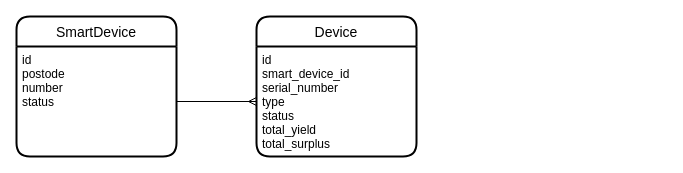
D-Eskes/educom-ecopowrrr keeps this draw.io diagram as page "Client" (2 of 4) of documents/design/drawio.drawio. Above is the earlier version. Source tidied: cells renumbered, new cells numbered last; positions are measured from the earlier drawing's top-left corner, leaving out a move shared by most shapes. Both pictures are drawn from the tidied source at 100%, with x=0, y=0 at pixel (16, 16).
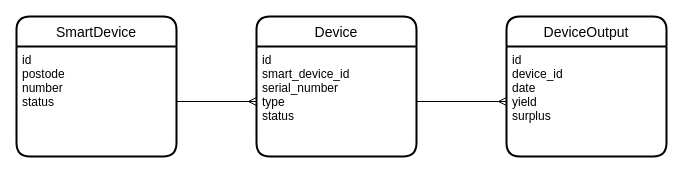
After the change.

Change to the diagram source:
```diff
@@
 <mxGraphModel>
   <root>
     <mxCell id="0" />
     <mxCell id="1" parent="0" />
     <mxCell id="2" value="Device" style="swimlane;horizontal=1;startSize=30;rounded=1;fontSize=14;fontStyle=0;strokeWidth=2;shadow=0;dashed=0;align=center;" parent="1" vertex="1">
       <mxGeometry x="240" width="160" height="140" as="geometry" />
     </mxCell>
-    <mxCell id="3" value="id&#10;smart_device_id&#10;serial_number&#10;type&#10;status&#10;total_yield&#10;total_surplus&#10;" style="align=left;strokeColor=none;fillColor=none;spacingLeft=4;fontSize=12;verticalAlign=top;" parent="2" vertex="1">
+    <mxCell id="3" value="id&#10;smart_device_id&#10;serial_number&#10;type&#10;status" style="align=left;strokeColor=none;fillColor=none;spacingLeft=4;fontSize=12;verticalAlign=top;" parent="2" vertex="1">
       <mxGeometry y="30" width="160" height="110" as="geometry" />
     </mxCell>
     <mxCell id="4" value="SmartDevice" style="swimlane;horizontal=1;startSize=30;rounded=1;fontSize=14;fontStyle=0;strokeWidth=2;shadow=0;dashed=0;align=center;" parent="1" vertex="1">
       <mxGeometry width="160" height="140" as="geometry" />
     </mxCell>
     <mxCell id="5" value="id&#10;postode&#10;number&#10;status" style="align=left;strokeColor=none;fillColor=none;spacingLeft=4;fontSize=12;verticalAlign=top;" parent="4" vertex="1">
       <mxGeometry y="30" width="160" height="110" as="geometry" />
     </mxCell>
     <mxCell id="6" style="edgeStyle=orthogonalEdgeStyle;rounded=0;jettySize=auto;html=1;exitX=1;exitY=0.5;exitDx=0;exitDy=0;entryX=0;entryY=0.5;entryDx=0;entryDy=0;startArrow=none;startFill=0;endArrow=ERmany;endFill=0;" parent="1" edge="1" source="5" target="3">
       <mxGeometry relative="1" as="geometry" />
     </mxCell>
+    <mxCell id="7" value="DeviceOutput" style="swimlane;horizontal=1;startSize=30;rounded=1;fontSize=14;fontStyle=0;strokeWidth=2;shadow=0;dashed=0;align=center;" parent="1" vertex="1">
+      <mxGeometry x="490" width="160" height="140" as="geometry" />
+    </mxCell>
+    <mxCell id="8" value="id&#10;device_id&#10;date&#10;yield&#10;surplus&#10;" style="align=left;strokeColor=none;fillColor=none;spacingLeft=4;fontSize=12;verticalAlign=top;" parent="7" vertex="1">
+      <mxGeometry y="30" width="160" height="110" as="geometry" />
+    </mxCell>
+    <mxCell id="9" style="edgeStyle=orthogonalEdgeStyle;rounded=0;jettySize=auto;html=1;exitX=1;exitY=0.5;exitDx=0;exitDy=0;entryX=0;entryY=0.5;entryDx=0;entryDy=0;endArrow=ERmany;endFill=0;" parent="1" edge="1" source="3" target="8">
+      <mxGeometry relative="1" as="geometry" />
+    </mxCell>
   </root>
 </mxGraphModel>
```
